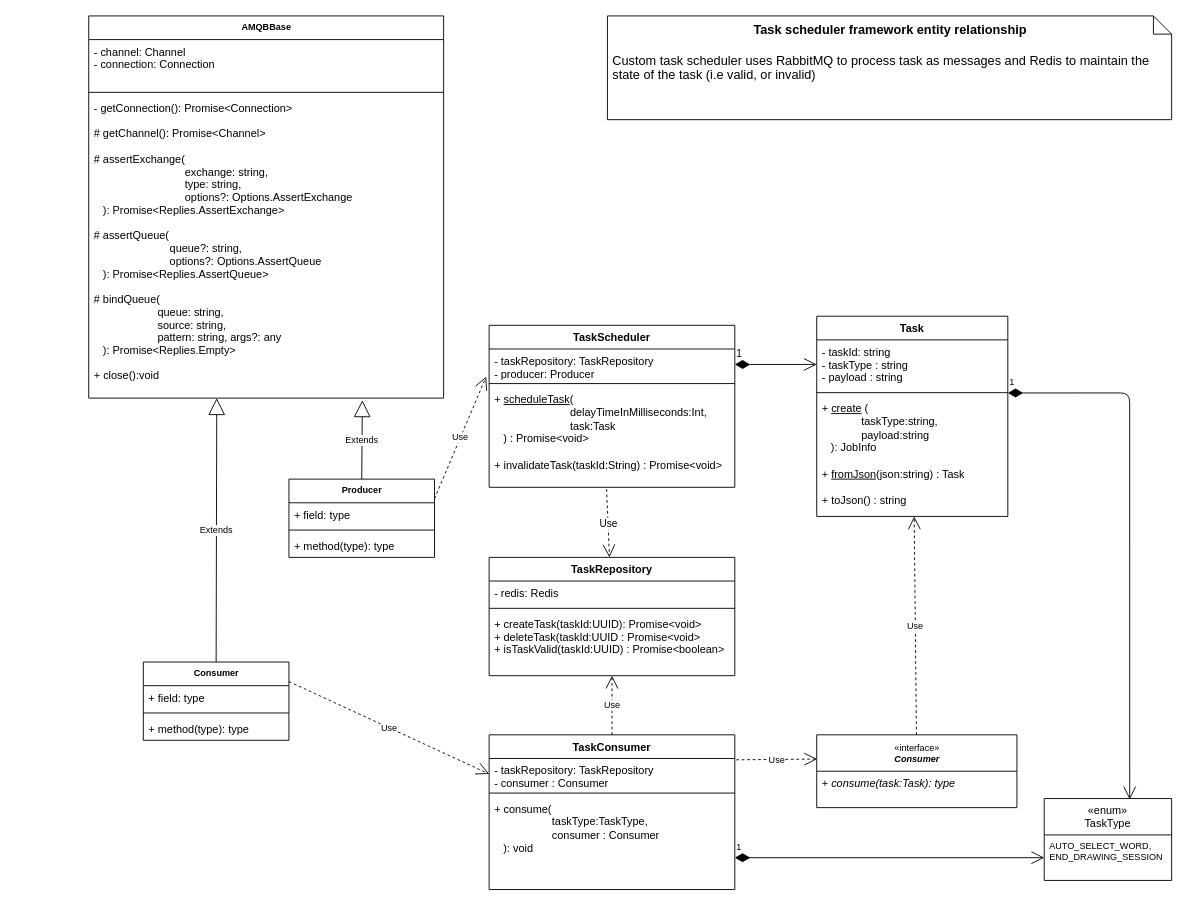
Before: docs/class_diagram/TaskScheduler.drawio in sridhar-sp/draw-server, a draw.io diagram. Source tidied: cells renumbered, new cells numbered last; positions are measured from the earlier drawing's top-left corner, leaving out a move shared by most shapes. Both pictures are drawn from the tidied source at 91%, with x=0, y=0 at pixel (88, 15).
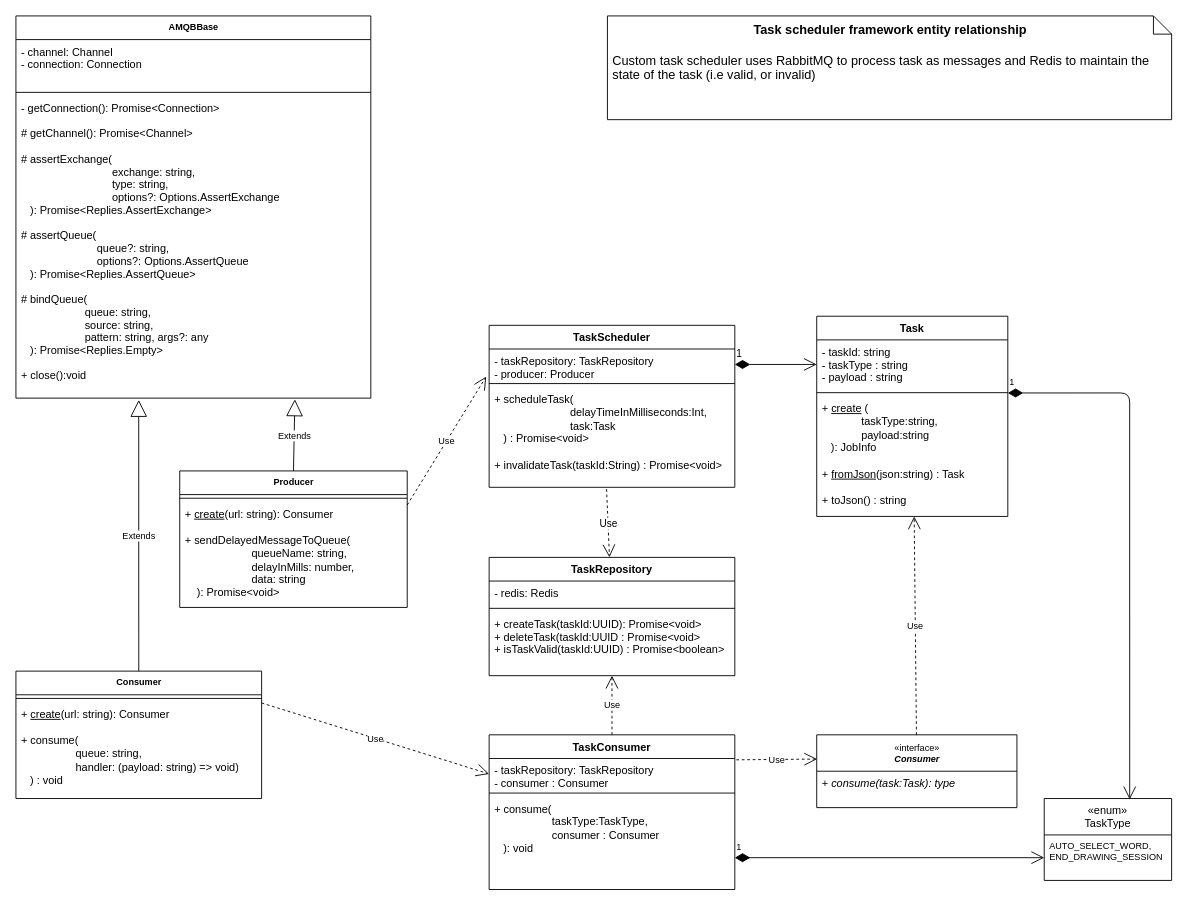
After the change.

Commit message (it also covers changes not shown here):
Update Task scheduler class diagram

Unchanged cells that the change refers to:
```xml
<mxCell id="2" value="TaskScheduler" style="swimlane;fontStyle=1;align=center;verticalAlign=top;horizontal=1;startSize=26;" parent="1" vertex="1">
  <mxGeometry x="440" y="340" width="270" height="178" as="geometry" />
</mxCell>
<mxCell id="32" value="- getConnection(): Promise&lt;Connection&gt;&#10;&#10;# getChannel(): Promise&lt;Channel&gt;&#10;&#10;# assertExchange(&#10;                              exchange: string,&#10;                              type: string,&#10;                              options?: Options.AssertExchange&#10;   ): Promise&lt;Replies.AssertExchange&gt;&#10;&#10;# assertQueue(&#10;                         queue?: string,&#10;                         options?: Options.AssertQueue&#10;   ): Promise&lt;Replies.AssertQueue&gt;&#10;&#10;# bindQueue(&#10;                     queue: string,&#10;                     source: string, &#10;                     pattern: string, args?: any&#10;   ): Promise&lt;Replies.Empty&gt;&#10;&#10;+ close():void" style="text;strokeColor=none;fillColor=none;align=left;verticalAlign=top;spacingLeft=4;spacingRight=4;overflow=hidden;points=[[0,0.5],[1,0.5]];portConstraint=eastwest;" parent="29" vertex="1">
  <mxGeometry y="88" width="390" height="332" as="geometry" />
</mxCell>
```

The edit, as a diff of the source:
```diff
@@
-    <mxCell id="5" value="+ &lt;u&gt;scheduleTask&lt;/u&gt;(&lt;br&gt;&amp;nbsp; &amp;nbsp; &amp;nbsp; &amp;nbsp; &amp;nbsp; &amp;nbsp; &amp;nbsp; &amp;nbsp; &amp;nbsp; &amp;nbsp; &amp;nbsp; &amp;nbsp; &amp;nbsp;delayTimeInMilliseconds:Int,&lt;br&gt;&amp;nbsp; &amp;nbsp; &amp;nbsp; &amp;nbsp; &amp;nbsp; &amp;nbsp; &amp;nbsp; &amp;nbsp; &amp;nbsp; &amp;nbsp; &amp;nbsp; &amp;nbsp; &amp;nbsp;task:Task&lt;br&gt;&amp;nbsp; &amp;nbsp;) : Promise&amp;lt;void&amp;gt;&lt;br&gt;&lt;br&gt;+ invalidateTask(taskId:String) : Promise&amp;lt;void&amp;gt;" style="text;strokeColor=none;fillColor=none;align=left;verticalAlign=top;spacingLeft=4;spacingRight=4;overflow=hidden;points=[[0,0.5],[1,0.5]];portConstraint=eastwest;html=1;" parent="2" vertex="1">
+    <mxCell id="5" value="+ scheduleTask(&lt;br&gt;&amp;nbsp; &amp;nbsp; &amp;nbsp; &amp;nbsp; &amp;nbsp; &amp;nbsp; &amp;nbsp; &amp;nbsp; &amp;nbsp; &amp;nbsp; &amp;nbsp; &amp;nbsp; &amp;nbsp;delayTimeInMilliseconds:Int,&lt;br&gt;&amp;nbsp; &amp;nbsp; &amp;nbsp; &amp;nbsp; &amp;nbsp; &amp;nbsp; &amp;nbsp; &amp;nbsp; &amp;nbsp; &amp;nbsp; &amp;nbsp; &amp;nbsp; &amp;nbsp;task:Task&lt;br&gt;&amp;nbsp; &amp;nbsp;) : Promise&amp;lt;void&amp;gt;&lt;br&gt;&lt;br&gt;+ invalidateTask(taskId:String) : Promise&amp;lt;void&amp;gt;" style="text;strokeColor=none;fillColor=none;align=left;verticalAlign=top;spacingLeft=4;spacingRight=4;overflow=hidden;points=[[0,0.5],[1,0.5]];portConstraint=eastwest;html=1;" parent="2" vertex="1">
       <mxGeometry y="68" width="270" height="110" as="geometry" />
     </mxCell>
@@
     <mxCell id="29" value="AMQBBase" style="swimlane;fontStyle=1;align=center;verticalAlign=top;horizontal=1;startSize=26;fontSize=10;html=1;" parent="1" vertex="1">
-      <mxGeometry width="390" height="420" as="geometry" />
+      <mxGeometry x="-80" width="390" height="420" as="geometry" />
     </mxCell>
@@
     <mxCell id="33" value="Consumer" style="swimlane;fontStyle=1;align=center;verticalAlign=top;horizontal=1;startSize=26;fontSize=10;html=1;" parent="1" vertex="1">
-      <mxGeometry x="60" y="710" width="160" height="86" as="geometry" />
+      <mxGeometry x="-80" y="720" width="270" height="140" as="geometry" />
     </mxCell>
-    <mxCell id="34" value="+ field: type" style="text;strokeColor=none;fillColor=none;align=left;verticalAlign=top;spacingLeft=4;spacingRight=4;overflow=hidden;" parent="33" vertex="1">
-      <mxGeometry y="26" width="160" height="26" as="geometry" />
-    </mxCell>
     <mxCell id="35" style="line;strokeWidth=1;fillColor=none;align=left;verticalAlign=middle;spacingTop=-1;spacingLeft=3;spacingRight=3;labelPosition=right;" parent="33" vertex="1">
-      <mxGeometry y="52" width="160" height="8" as="geometry" />
+      <mxGeometry y="26" width="270" height="8" as="geometry" />
     </mxCell>
-    <mxCell id="36" value="+ method(type): type" style="text;strokeColor=none;fillColor=none;align=left;verticalAlign=top;spacingLeft=4;spacingRight=4;overflow=hidden;" parent="33" vertex="1">
-      <mxGeometry y="60" width="160" height="26" as="geometry" />
+    <mxCell id="36" value="+&amp;nbsp;&lt;u&gt;create&lt;/u&gt;(url: string): Consumer&lt;br&gt;&lt;br&gt;+&amp;nbsp;consume(&lt;br&gt;&amp;nbsp; &amp;nbsp; &amp;nbsp; &amp;nbsp; &amp;nbsp; &amp;nbsp; &amp;nbsp; &amp;nbsp; &amp;nbsp; queue: string, &lt;br&gt;&amp;nbsp; &amp;nbsp; &amp;nbsp; &amp;nbsp; &amp;nbsp; &amp;nbsp; &amp;nbsp; &amp;nbsp; &amp;nbsp; handler: (payload: string) =&amp;gt; void)&lt;br&gt;&amp;nbsp; &amp;nbsp;) : void&amp;nbsp;" style="text;strokeColor=none;fillColor=none;align=left;verticalAlign=top;spacingLeft=4;spacingRight=4;overflow=hidden;html=1;" parent="33" vertex="1">
+      <mxGeometry y="34" width="270" height="106" as="geometry" />
     </mxCell>
     <mxCell id="37" value="Producer" style="swimlane;fontStyle=1;align=center;verticalAlign=top;horizontal=1;startSize=26;fontSize=10;html=1;" parent="1" vertex="1">
-      <mxGeometry x="220" y="509" width="160" height="86" as="geometry" />
+      <mxGeometry x="100" y="500" width="250" height="150" as="geometry" />
     </mxCell>
-    <mxCell id="38" value="+ field: type" style="text;strokeColor=none;fillColor=none;align=left;verticalAlign=top;spacingLeft=4;spacingRight=4;overflow=hidden;" parent="37" vertex="1">
-      <mxGeometry y="26" width="160" height="26" as="geometry" />
-    </mxCell>
     <mxCell id="39" style="line;strokeWidth=1;fillColor=none;align=left;verticalAlign=middle;spacingTop=-1;spacingLeft=3;spacingRight=3;labelPosition=right;" parent="37" vertex="1">
-      <mxGeometry y="52" width="160" height="8" as="geometry" />
+      <mxGeometry y="26" width="250" height="8" as="geometry" />
     </mxCell>
-    <mxCell id="40" value="+ method(type): type" style="text;strokeColor=none;fillColor=none;align=left;verticalAlign=top;spacingLeft=4;spacingRight=4;overflow=hidden;" parent="37" vertex="1">
-      <mxGeometry y="60" width="160" height="26" as="geometry" />
+    <mxCell id="40" value="+&amp;nbsp;&lt;u&gt;create&lt;/u&gt;(url: string): Consumer&lt;br&gt;&lt;br&gt;+&amp;nbsp;sendDelayedMessageToQueue(&lt;br&gt;&amp;nbsp; &amp;nbsp; &amp;nbsp; &amp;nbsp; &amp;nbsp; &amp;nbsp; &amp;nbsp; &amp;nbsp; &amp;nbsp; &amp;nbsp; &amp;nbsp; queueName: string, &lt;br&gt;&amp;nbsp; &amp;nbsp; &amp;nbsp; &amp;nbsp; &amp;nbsp; &amp;nbsp; &amp;nbsp; &amp;nbsp; &amp;nbsp; &amp;nbsp; &amp;nbsp; delayInMills: number,&lt;br&gt;&amp;nbsp; &amp;nbsp; &amp;nbsp; &amp;nbsp; &amp;nbsp; &amp;nbsp; &amp;nbsp; &amp;nbsp; &amp;nbsp; &amp;nbsp; &amp;nbsp; data: string&lt;br&gt;&amp;nbsp; &amp;nbsp; ): Promise&amp;lt;void&amp;gt;&amp;nbsp;" style="text;strokeColor=none;fillColor=none;align=left;verticalAlign=top;spacingLeft=4;spacingRight=4;overflow=hidden;labelBorderColor=none;html=1;" parent="37" vertex="1">
+      <mxGeometry y="34" width="250" height="116" as="geometry" />
     </mxCell>
-    <mxCell id="41" value="Extends" style="endArrow=block;endSize=16;endFill=0;html=1;fontSize=10;exitX=0.5;exitY=0;exitDx=0;exitDy=0;entryX=0.207;entryY=0.999;entryDx=0;entryDy=0;entryPerimeter=0;" parent="1" edge="1" source="33">
-      <mxGeometry relative="1" as="geometry">
-        <mxPoint x="140.7" y="420" as="targetPoint" />
-      </mxGeometry>
+    <mxCell id="41" value="Extends" style="endArrow=block;endSize=16;endFill=0;html=1;fontSize=10;exitX=0.5;exitY=0;exitDx=0;exitDy=0;entryX=0.346;entryY=1.006;entryDx=0;entryDy=0;entryPerimeter=0;" parent="1" edge="1" source="33" target="32">
+      <mxGeometry relative="1" as="geometry" />
     </mxCell>
-    <mxCell id="42" value="Extends" style="endArrow=block;endSize=16;endFill=0;html=1;fontSize=10;exitX=0.5;exitY=0;exitDx=0;exitDy=0;entryX=0.771;entryY=1.007;entryDx=0;entryDy=0;entryPerimeter=0;" parent="1" edge="1" source="37" target="32">
+    <mxCell id="42" value="Extends" style="endArrow=block;endSize=16;endFill=0;html=1;fontSize=10;exitX=0.5;exitY=0;exitDx=0;exitDy=0;entryX=0.786;entryY=1.004;entryDx=0;entryDy=0;entryPerimeter=0;" parent="1" edge="1" source="37" target="32">
       <mxGeometry relative="1" as="geometry" />
     </mxCell>
```
